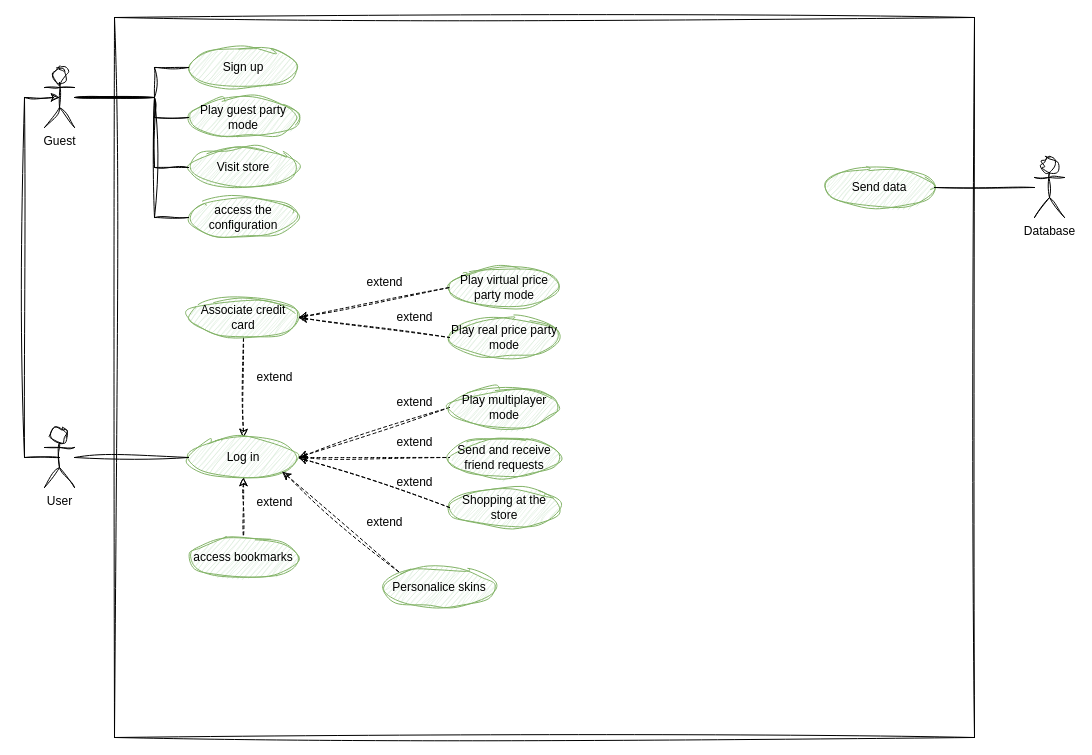
Earlier version of the draw.io diagram doc/diagramas/Descuentra_CU.drawio (samugd17/proyecto-ets). Source tidied: cells renumbered, new cells numbered last; positions are measured from the earlier drawing's top-left corner, leaving out a move shared by most shapes. Both pictures are drawn from the tidied source at 100%, with x=0, y=0 at pixel (24, 17).
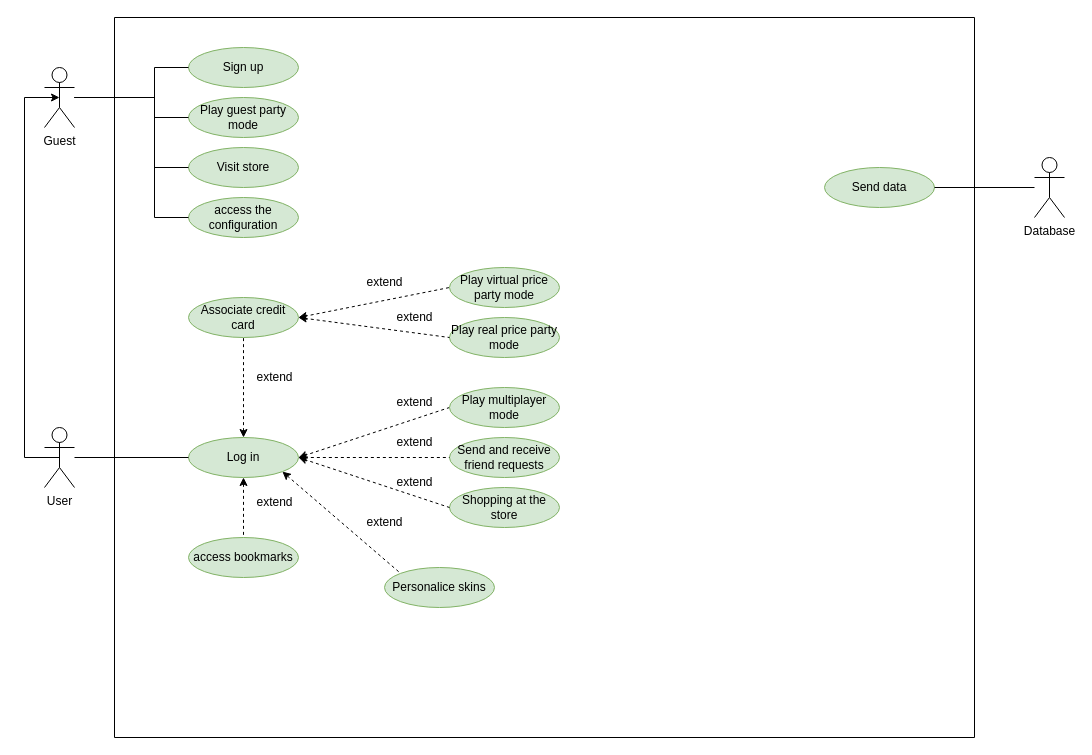
The same diagram, later.

Commit message:
Se modifica estilo diagrama CU

What changed in the source:
```diff
@@
-    <mxCell id="2" style="swimlane;startSize=0;rounded=0;sketch=1;curveFitting=1;jiggle=2;" parent="1" vertex="1">
+    <mxCell id="2" style="swimlane;startSize=0;rounded=0;" parent="1" vertex="1">
       <mxGeometry x="90" width="860" height="720" as="geometry" />
     </mxCell>
-    <mxCell id="3" style="edgeStyle=orthogonalEdgeStyle;rounded=0;jettySize=auto;html=1;entryX=0.5;entryY=1;entryDx=0;entryDy=0;endArrow=none;endFill=0;startArrow=classic;startFill=1;dashed=1;sketch=1;curveFitting=1;jiggle=2;" parent="2" edge="1" source="5" target="9">
+    <mxCell id="3" style="edgeStyle=orthogonalEdgeStyle;rounded=0;jettySize=auto;html=1;entryX=0.5;entryY=1;entryDx=0;entryDy=0;endArrow=none;endFill=0;startArrow=classic;startFill=1;dashed=1;" parent="2" edge="1" source="5" target="9">
       <mxGeometry relative="1" as="geometry" />
     </mxCell>
-    <mxCell id="4" style="edgeStyle=orthogonalEdgeStyle;rounded=0;jettySize=auto;html=1;entryX=0.5;entryY=0;entryDx=0;entryDy=0;endArrow=none;endFill=0;startArrow=classic;startFill=1;dashed=1;sketch=1;curveFitting=1;jiggle=2;" parent="2" edge="1" source="5" target="16">
+    <mxCell id="4" style="edgeStyle=orthogonalEdgeStyle;rounded=0;jettySize=auto;html=1;entryX=0.5;entryY=0;entryDx=0;entryDy=0;endArrow=none;endFill=0;startArrow=classic;startFill=1;dashed=1;" parent="2" edge="1" source="5" target="16">
       <mxGeometry relative="1" as="geometry" />
     </mxCell>
-    <mxCell id="5" value="Log in" style="ellipse;whiteSpace=wrap;html=1;fillColor=#d5e8d4;strokeColor=#82b366;rounded=0;sketch=1;curveFitting=1;jiggle=2;" parent="2" vertex="1">
+    <mxCell id="5" value="Log in" style="ellipse;whiteSpace=wrap;html=1;fillColor=#d5e8d4;strokeColor=#82b366;rounded=0;" parent="2" vertex="1">
       <mxGeometry x="74" y="420" width="110" height="40" as="geometry" />
     </mxCell>
-    <mxCell id="6" value="Send data" style="ellipse;whiteSpace=wrap;html=1;fillColor=#d5e8d4;strokeColor=#82b366;rounded=0;sketch=1;curveFitting=1;jiggle=2;" parent="2" vertex="1">
+    <mxCell id="6" value="Send data" style="ellipse;whiteSpace=wrap;html=1;fillColor=#d5e8d4;strokeColor=#82b366;rounded=0;" parent="2" vertex="1">
       <mxGeometry x="710" y="150" width="110" height="40" as="geometry" />
     </mxCell>
-    <mxCell id="7" value="Play real price party mode" style="ellipse;whiteSpace=wrap;html=1;fillColor=#d5e8d4;strokeColor=#82b366;rounded=0;sketch=1;curveFitting=1;jiggle=2;" parent="2" vertex="1">
+    <mxCell id="7" value="Play real price party mode" style="ellipse;whiteSpace=wrap;html=1;fillColor=#d5e8d4;strokeColor=#82b366;rounded=0;" parent="2" vertex="1">
       <mxGeometry x="335" y="300" width="110" height="40" as="geometry" />
     </mxCell>
-    <mxCell id="8" value="Sign up" style="ellipse;whiteSpace=wrap;html=1;fillColor=#d5e8d4;strokeColor=#82b366;rounded=0;sketch=1;curveFitting=1;jiggle=2;" parent="2" vertex="1">
+    <mxCell id="8" value="Sign up" style="ellipse;whiteSpace=wrap;html=1;fillColor=#d5e8d4;strokeColor=#82b366;rounded=0;" parent="2" vertex="1">
       <mxGeometry x="74" y="30" width="110" height="40" as="geometry" />
     </mxCell>
-    <mxCell id="9" value="Associate credit card" style="ellipse;whiteSpace=wrap;html=1;fillColor=#d5e8d4;strokeColor=#82b366;rounded=0;sketch=1;curveFitting=1;jiggle=2;" parent="2" vertex="1">
+    <mxCell id="9" value="Associate credit card" style="ellipse;whiteSpace=wrap;html=1;fillColor=#d5e8d4;strokeColor=#82b366;rounded=0;" parent="2" vertex="1">
       <mxGeometry x="74" y="280" width="110" height="40" as="geometry" />
     </mxCell>
-    <mxCell id="10" value="Play virtual price party mode" style="ellipse;whiteSpace=wrap;html=1;fillColor=#d5e8d4;strokeColor=#82b366;rounded=0;sketch=1;curveFitting=1;jiggle=2;" parent="2" vertex="1">
+    <mxCell id="10" value="Play virtual price party mode" style="ellipse;whiteSpace=wrap;html=1;fillColor=#d5e8d4;strokeColor=#82b366;rounded=0;" parent="2" vertex="1">
       <mxGeometry x="335" y="250" width="110" height="40" as="geometry" />
     </mxCell>
-    <mxCell id="11" value="Play guest party mode" style="ellipse;whiteSpace=wrap;html=1;fillColor=#d5e8d4;strokeColor=#82b366;rounded=0;sketch=1;curveFitting=1;jiggle=2;" parent="2" vertex="1">
+    <mxCell id="11" value="Play guest party mode" style="ellipse;whiteSpace=wrap;html=1;fillColor=#d5e8d4;strokeColor=#82b366;rounded=0;" parent="2" vertex="1">
       <mxGeometry x="74" y="80" width="110" height="40" as="geometry" />
     </mxCell>
-    <mxCell id="12" value="extend" style="text;html=1;align=center;verticalAlign=middle;strokeColor=none;fillColor=none;rounded=0;sketch=1;curveFitting=1;jiggle=2;" parent="2" vertex="1">
+    <mxCell id="12" value="extend" style="text;html=1;align=center;verticalAlign=middle;strokeColor=none;fillColor=none;rounded=0;" parent="2" vertex="1">
       <mxGeometry x="270" y="370" width="60" height="30" as="geometry" />
     </mxCell>
-    <mxCell id="13" style="endArrow=none;html=1;rounded=0;entryX=0;entryY=0.5;entryDx=0;entryDy=0;exitX=1;exitY=0.5;exitDx=0;exitDy=0;endFill=0;startArrow=classic;startFill=1;dashed=1;sketch=1;curveFitting=1;jiggle=2;" parent="2" edge="1" source="5" target="20">
+    <mxCell id="13" style="endArrow=none;html=1;rounded=0;entryX=0;entryY=0.5;entryDx=0;entryDy=0;exitX=1;exitY=0.5;exitDx=0;exitDy=0;endFill=0;startArrow=classic;startFill=1;dashed=1;" parent="2" edge="1" source="5" target="20">
       <mxGeometry relative="1" as="geometry" />
     </mxCell>
-    <mxCell id="14" value="Visit store" style="ellipse;whiteSpace=wrap;html=1;fillColor=#d5e8d4;strokeColor=#82b366;rounded=0;sketch=1;curveFitting=1;jiggle=2;" parent="2" vertex="1">
+    <mxCell id="14" value="Visit store" style="ellipse;whiteSpace=wrap;html=1;fillColor=#d5e8d4;strokeColor=#82b366;rounded=0;" parent="2" vertex="1">
       <mxGeometry x="74" y="130" width="110" height="40" as="geometry" />
     </mxCell>
-    <mxCell id="15" value="access the configuration" style="ellipse;whiteSpace=wrap;html=1;fillColor=#d5e8d4;strokeColor=#82b366;rounded=0;sketch=1;curveFitting=1;jiggle=2;" parent="2" vertex="1">
+    <mxCell id="15" value="access the configuration" style="ellipse;whiteSpace=wrap;html=1;fillColor=#d5e8d4;strokeColor=#82b366;rounded=0;" parent="2" vertex="1">
       <mxGeometry x="74" y="180" width="110" height="40" as="geometry" />
     </mxCell>
-    <mxCell id="16" value="access bookmarks" style="ellipse;whiteSpace=wrap;html=1;fillColor=#d5e8d4;strokeColor=#82b366;rounded=0;sketch=1;curveFitting=1;jiggle=2;" parent="2" vertex="1">
+    <mxCell id="16" value="access bookmarks" style="ellipse;whiteSpace=wrap;html=1;fillColor=#d5e8d4;strokeColor=#82b366;rounded=0;" parent="2" vertex="1">
       <mxGeometry x="74" y="520" width="110" height="40" as="geometry" />
     </mxCell>
-    <mxCell id="17" value="extend" style="text;html=1;align=center;verticalAlign=middle;strokeColor=none;fillColor=none;rounded=0;sketch=1;curveFitting=1;jiggle=2;" parent="2" vertex="1">
+    <mxCell id="17" value="extend" style="text;html=1;align=center;verticalAlign=middle;strokeColor=none;fillColor=none;rounded=0;" parent="2" vertex="1">
       <mxGeometry x="130" y="470" width="60" height="30" as="geometry" />
     </mxCell>
-    <mxCell id="18" value="Send and receive friend requests" style="ellipse;whiteSpace=wrap;html=1;fillColor=#d5e8d4;strokeColor=#82b366;rounded=0;sketch=1;curveFitting=1;jiggle=2;" parent="2" vertex="1">
+    <mxCell id="18" value="Send and receive friend requests" style="ellipse;whiteSpace=wrap;html=1;fillColor=#d5e8d4;strokeColor=#82b366;rounded=0;" parent="2" vertex="1">
       <mxGeometry x="335" y="420" width="110" height="40" as="geometry" />
     </mxCell>
-    <mxCell id="19" value="Shopping at the store" style="ellipse;whiteSpace=wrap;html=1;fillColor=#d5e8d4;strokeColor=#82b366;rounded=0;sketch=1;curveFitting=1;jiggle=2;" parent="2" vertex="1">
+    <mxCell id="19" value="Shopping at the store" style="ellipse;whiteSpace=wrap;html=1;fillColor=#d5e8d4;strokeColor=#82b366;rounded=0;" parent="2" vertex="1">
       <mxGeometry x="335" y="470" width="110" height="40" as="geometry" />
     </mxCell>
-    <mxCell id="20" value="Play multiplayer mode" style="ellipse;whiteSpace=wrap;html=1;fillColor=#d5e8d4;strokeColor=#82b366;rounded=0;sketch=1;curveFitting=1;jiggle=2;" parent="2" vertex="1">
+    <mxCell id="20" value="Play multiplayer mode" style="ellipse;whiteSpace=wrap;html=1;fillColor=#d5e8d4;strokeColor=#82b366;rounded=0;" parent="2" vertex="1">
       <mxGeometry x="335" y="370" width="110" height="40" as="geometry" />
     </mxCell>
-    <mxCell id="21" value="extend" style="text;html=1;align=center;verticalAlign=middle;strokeColor=none;fillColor=none;rounded=0;sketch=1;curveFitting=1;jiggle=2;" parent="2" vertex="1">
+    <mxCell id="21" value="extend" style="text;html=1;align=center;verticalAlign=middle;strokeColor=none;fillColor=none;rounded=0;" parent="2" vertex="1">
       <mxGeometry x="130" y="345" width="60" height="30" as="geometry" />
     </mxCell>
-    <mxCell id="22" style="endArrow=none;dashed=1;html=1;rounded=0;exitX=1;exitY=0.5;exitDx=0;exitDy=0;entryX=0;entryY=0.5;entryDx=0;entryDy=0;startArrow=classic;startFill=1;sketch=1;curveFitting=1;jiggle=2;" parent="2" edge="1" source="5" target="18">
+    <mxCell id="22" style="endArrow=none;dashed=1;html=1;rounded=0;exitX=1;exitY=0.5;exitDx=0;exitDy=0;entryX=0;entryY=0.5;entryDx=0;entryDy=0;startArrow=classic;startFill=1;" parent="2" edge="1" source="5" target="18">
       <mxGeometry relative="1" as="geometry" />
     </mxCell>
-    <mxCell id="23" style="endArrow=none;dashed=1;html=1;rounded=0;exitX=1;exitY=0.5;exitDx=0;exitDy=0;entryX=0;entryY=0.5;entryDx=0;entryDy=0;startArrow=classic;startFill=1;sketch=1;curveFitting=1;jiggle=2;" parent="2" edge="1" source="5" target="19">
+    <mxCell id="23" style="endArrow=none;dashed=1;html=1;rounded=0;exitX=1;exitY=0.5;exitDx=0;exitDy=0;entryX=0;entryY=0.5;entryDx=0;entryDy=0;startArrow=classic;startFill=1;" parent="2" edge="1" source="5" target="19">
       <mxGeometry relative="1" as="geometry" />
     </mxCell>
-    <mxCell id="24" value="extend" style="text;html=1;align=center;verticalAlign=middle;strokeColor=none;fillColor=none;rounded=0;sketch=1;curveFitting=1;jiggle=2;" parent="2" vertex="1">
+    <mxCell id="24" value="extend" style="text;html=1;align=center;verticalAlign=middle;strokeColor=none;fillColor=none;rounded=0;" parent="2" vertex="1">
       <mxGeometry x="270" y="450" width="60" height="30" as="geometry" />
     </mxCell>
-    <mxCell id="25" value="extend" style="text;html=1;align=center;verticalAlign=middle;strokeColor=none;fillColor=none;rounded=0;sketch=1;curveFitting=1;jiggle=2;" parent="2" vertex="1">
+    <mxCell id="25" value="extend" style="text;html=1;align=center;verticalAlign=middle;strokeColor=none;fillColor=none;rounded=0;" parent="2" vertex="1">
       <mxGeometry x="270" y="410" width="60" height="30" as="geometry" />
     </mxCell>
-    <mxCell id="26" style="endArrow=none;html=1;rounded=0;entryX=0;entryY=0.5;entryDx=0;entryDy=0;exitX=1;exitY=0.5;exitDx=0;exitDy=0;endFill=0;startArrow=classic;startFill=1;dashed=1;sketch=1;curveFitting=1;jiggle=2;" parent="2" edge="1" source="9" target="7">
+    <mxCell id="26" style="endArrow=none;html=1;rounded=0;entryX=0;entryY=0.5;entryDx=0;entryDy=0;exitX=1;exitY=0.5;exitDx=0;exitDy=0;endFill=0;startArrow=classic;startFill=1;dashed=1;" parent="2" edge="1" source="9" target="7">
       <mxGeometry relative="1" as="geometry" />
     </mxCell>
-    <mxCell id="27" style="endArrow=none;html=1;rounded=0;entryX=0;entryY=0.5;entryDx=0;entryDy=0;exitX=1;exitY=0.5;exitDx=0;exitDy=0;endFill=0;startArrow=classic;startFill=1;dashed=1;sketch=1;curveFitting=1;jiggle=2;" parent="2" edge="1" source="9" target="10">
+    <mxCell id="27" style="endArrow=none;html=1;rounded=0;entryX=0;entryY=0.5;entryDx=0;entryDy=0;exitX=1;exitY=0.5;exitDx=0;exitDy=0;endFill=0;startArrow=classic;startFill=1;dashed=1;" parent="2" edge="1" source="9" target="10">
       <mxGeometry relative="1" as="geometry" />
     </mxCell>
-    <mxCell id="28" value="extend" style="text;html=1;align=center;verticalAlign=middle;strokeColor=none;fillColor=none;rounded=0;sketch=1;curveFitting=1;jiggle=2;" parent="2" vertex="1">
+    <mxCell id="28" value="extend" style="text;html=1;align=center;verticalAlign=middle;strokeColor=none;fillColor=none;rounded=0;" parent="2" vertex="1">
       <mxGeometry x="270" y="285" width="60" height="30" as="geometry" />
     </mxCell>
-    <mxCell id="29" value="extend" style="text;html=1;align=center;verticalAlign=middle;strokeColor=none;fillColor=none;rounded=0;sketch=1;curveFitting=1;jiggle=2;" parent="2" vertex="1">
+    <mxCell id="29" value="extend" style="text;html=1;align=center;verticalAlign=middle;strokeColor=none;fillColor=none;rounded=0;" parent="2" vertex="1">
       <mxGeometry x="240" y="250" width="60" height="30" as="geometry" />
     </mxCell>
-    <mxCell id="30" value="Personalice skins" style="ellipse;whiteSpace=wrap;html=1;fillColor=#d5e8d4;strokeColor=#82b366;rounded=0;sketch=1;curveFitting=1;jiggle=2;" parent="2" vertex="1">
+    <mxCell id="30" value="Personalice skins" style="ellipse;whiteSpace=wrap;html=1;fillColor=#d5e8d4;strokeColor=#82b366;rounded=0;" parent="2" vertex="1">
       <mxGeometry x="270" y="550" width="110" height="40" as="geometry" />
     </mxCell>
-    <mxCell id="31" style="endArrow=none;dashed=1;html=1;rounded=0;exitX=1;exitY=1;exitDx=0;exitDy=0;entryX=0;entryY=0;entryDx=0;entryDy=0;startArrow=classic;startFill=1;sketch=1;curveFitting=1;jiggle=2;" parent="2" edge="1" source="5" target="30">
+    <mxCell id="31" style="endArrow=none;dashed=1;html=1;rounded=0;exitX=1;exitY=1;exitDx=0;exitDy=0;entryX=0;entryY=0;entryDx=0;entryDy=0;startArrow=classic;startFill=1;" parent="2" edge="1" source="5" target="30">
       <mxGeometry relative="1" as="geometry" />
     </mxCell>
-    <mxCell id="32" value="extend" style="text;html=1;align=center;verticalAlign=middle;strokeColor=none;fillColor=none;rounded=0;sketch=1;curveFitting=1;jiggle=2;" parent="2" vertex="1">
+    <mxCell id="32" value="extend" style="text;html=1;align=center;verticalAlign=middle;strokeColor=none;fillColor=none;rounded=0;" parent="2" vertex="1">
       <mxGeometry x="240" y="490" width="60" height="30" as="geometry" />
     </mxCell>
-    <mxCell id="33" style="edgeStyle=orthogonalEdgeStyle;rounded=0;jettySize=auto;html=1;entryX=0.5;entryY=0.5;entryDx=0;entryDy=0;entryPerimeter=0;exitX=0.5;exitY=0.5;exitDx=0;exitDy=0;exitPerimeter=0;sketch=1;curveFitting=1;jiggle=2;" parent="1" edge="1" source="35" target="42">
+    <mxCell id="33" style="edgeStyle=orthogonalEdgeStyle;rounded=0;jettySize=auto;html=1;entryX=0.5;entryY=0.5;entryDx=0;entryDy=0;entryPerimeter=0;exitX=0.5;exitY=0.5;exitDx=0;exitDy=0;exitPerimeter=0;" parent="1" edge="1" source="35" target="42">
       <mxGeometry relative="1" as="geometry">
         <Array as="points">
           <mxPoint y="440" />
           <mxPoint y="80" />
         </Array>
       </mxGeometry>
     </mxCell>
-    <mxCell id="34" style="edgeStyle=orthogonalEdgeStyle;rounded=0;jettySize=auto;html=1;entryX=0;entryY=0.5;entryDx=0;entryDy=0;endArrow=none;endFill=0;sketch=1;curveFitting=1;jiggle=2;" parent="1" edge="1" source="35" target="5">
+    <mxCell id="34" style="edgeStyle=orthogonalEdgeStyle;rounded=0;jettySize=auto;html=1;entryX=0;entryY=0.5;entryDx=0;entryDy=0;endArrow=none;endFill=0;" parent="1" edge="1" source="35" target="5">
       <mxGeometry relative="1" as="geometry" />
     </mxCell>
-    <mxCell id="35" value="User" style="shape=umlActor;verticalLabelPosition=bottom;verticalAlign=top;html=1;outlineConnect=0;rounded=0;sketch=1;curveFitting=1;jiggle=2;" parent="1" vertex="1">
+    <mxCell id="35" value="User" style="shape=umlActor;verticalLabelPosition=bottom;verticalAlign=top;html=1;outlineConnect=0;rounded=0;" parent="1" vertex="1">
       <mxGeometry x="20" y="410" width="30" height="60" as="geometry" />
     </mxCell>
-    <mxCell id="36" style="edgeStyle=orthogonalEdgeStyle;rounded=0;jettySize=auto;html=1;entryX=1;entryY=0.5;entryDx=0;entryDy=0;endArrow=none;endFill=0;sketch=1;curveFitting=1;jiggle=2;" parent="1" edge="1" source="37" target="6">
+    <mxCell id="36" style="edgeStyle=orthogonalEdgeStyle;rounded=0;jettySize=auto;html=1;entryX=1;entryY=0.5;entryDx=0;entryDy=0;endArrow=none;endFill=0;" parent="1" edge="1" source="37" target="6">
       <mxGeometry relative="1" as="geometry" />
     </mxCell>
-    <mxCell id="37" value="Database" style="shape=umlActor;verticalLabelPosition=bottom;verticalAlign=top;html=1;outlineConnect=0;rounded=0;sketch=1;curveFitting=1;jiggle=2;" parent="1" vertex="1">
+    <mxCell id="37" value="Database" style="shape=umlActor;verticalLabelPosition=bottom;verticalAlign=top;html=1;outlineConnect=0;rounded=0;" parent="1" vertex="1">
       <mxGeometry x="1010" y="140" width="30" height="60" as="geometry" />
     </mxCell>
-    <mxCell id="38" style="edgeStyle=orthogonalEdgeStyle;rounded=0;jettySize=auto;html=1;entryX=0;entryY=0.5;entryDx=0;entryDy=0;endArrow=none;endFill=0;sketch=1;curveFitting=1;jiggle=2;" parent="1" edge="1" source="42" target="8">
+    <mxCell id="38" style="edgeStyle=orthogonalEdgeStyle;rounded=0;jettySize=auto;html=1;entryX=0;entryY=0.5;entryDx=0;entryDy=0;endArrow=none;endFill=0;" parent="1" edge="1" source="42" target="8">
       <mxGeometry relative="1" as="geometry">
         <Array as="points">
           <mxPoint x="130" y="80" />
           <mxPoint x="130" y="50" />
         </Array>
       </mxGeometry>
     </mxCell>
-    <mxCell id="39" style="edgeStyle=orthogonalEdgeStyle;rounded=0;jettySize=auto;html=1;entryX=0;entryY=0.5;entryDx=0;entryDy=0;endArrow=none;endFill=0;sketch=1;curveFitting=1;jiggle=2;" parent="1" edge="1" source="42" target="11">
+    <mxCell id="39" style="edgeStyle=orthogonalEdgeStyle;rounded=0;jettySize=auto;html=1;entryX=0;entryY=0.5;entryDx=0;entryDy=0;endArrow=none;endFill=0;" parent="1" edge="1" source="42" target="11">
       <mxGeometry relative="1" as="geometry">
         <Array as="points">
           <mxPoint x="130" y="80" />
           <mxPoint x="130" y="100" />
         </Array>
       </mxGeometry>
     </mxCell>
-    <mxCell id="40" style="edgeStyle=orthogonalEdgeStyle;rounded=0;jettySize=auto;html=1;entryX=0;entryY=0.5;entryDx=0;entryDy=0;endArrow=none;endFill=0;sketch=1;curveFitting=1;jiggle=2;" parent="1" edge="1" source="42" target="14">
+    <mxCell id="40" style="edgeStyle=orthogonalEdgeStyle;rounded=0;jettySize=auto;html=1;entryX=0;entryY=0.5;entryDx=0;entryDy=0;endArrow=none;endFill=0;" parent="1" edge="1" source="42" target="14">
       <mxGeometry relative="1" as="geometry">
         <Array as="points">
           <mxPoint x="130" y="80" />
           <mxPoint x="130" y="150" />
         </Array>
       </mxGeometry>
     </mxCell>
-    <mxCell id="41" style="edgeStyle=orthogonalEdgeStyle;rounded=0;jettySize=auto;html=1;entryX=0;entryY=0.5;entryDx=0;entryDy=0;endArrow=none;endFill=0;sketch=1;curveFitting=1;jiggle=2;" parent="1" edge="1" source="42" target="15">
+    <mxCell id="41" style="edgeStyle=orthogonalEdgeStyle;rounded=0;jettySize=auto;html=1;entryX=0;entryY=0.5;entryDx=0;entryDy=0;endArrow=none;endFill=0;" parent="1" edge="1" source="42" target="15">
       <mxGeometry relative="1" as="geometry">
         <Array as="points">
           <mxPoint x="130" y="80" />
           <mxPoint x="130" y="200" />
         </Array>
       </mxGeometry>
     </mxCell>
-    <mxCell id="42" value="Guest" style="shape=umlActor;verticalLabelPosition=bottom;verticalAlign=top;html=1;outlineConnect=0;rounded=0;sketch=1;curveFitting=1;jiggle=2;" parent="1" vertex="1">
+    <mxCell id="42" value="Guest" style="shape=umlActor;verticalLabelPosition=bottom;verticalAlign=top;html=1;outlineConnect=0;rounded=0;" parent="1" vertex="1">
       <mxGeometry x="20" y="50" width="30" height="60" as="geometry" />
     </mxCell>
```
